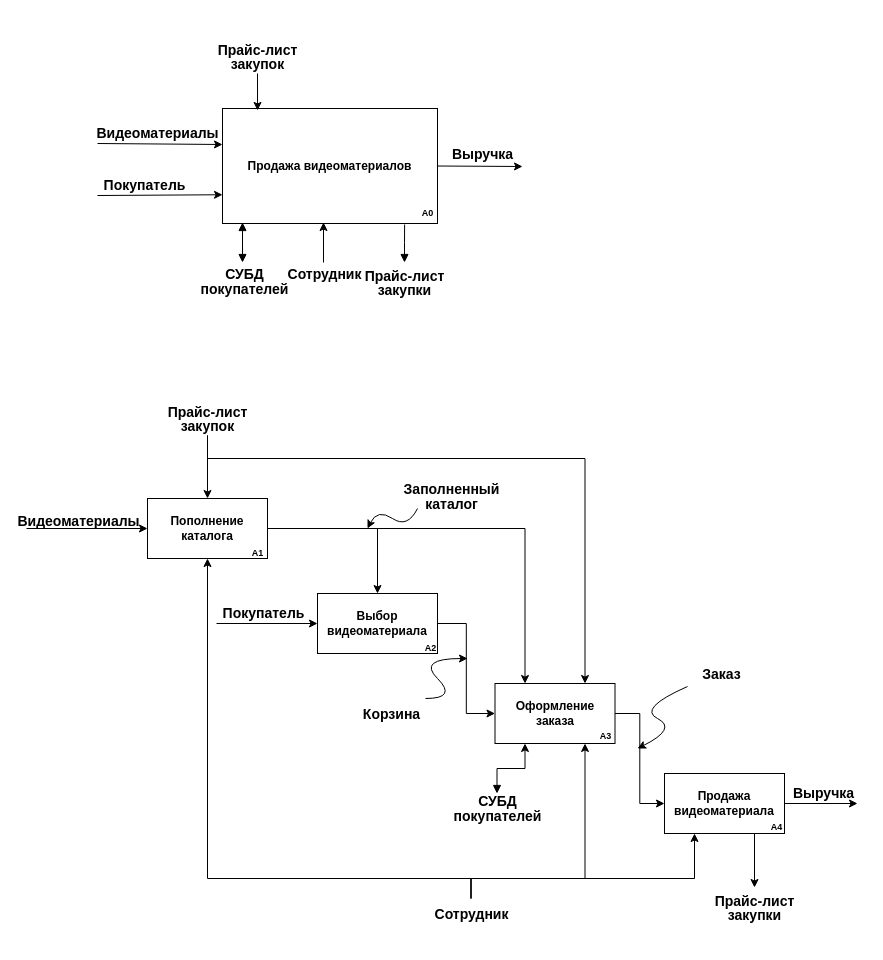
This is IDEF0.1.drawio from SpaleRud/OPDiagrams, a draw.io file, before an edit. Source tidied: cells renumbered, new cells numbered last; positions are measured from the earlier drawing's top-left corner, leaving out a move shared by most shapes. Both pictures are drawn from the tidied source at 100%, with x=0, y=0 at pixel (26, 36).
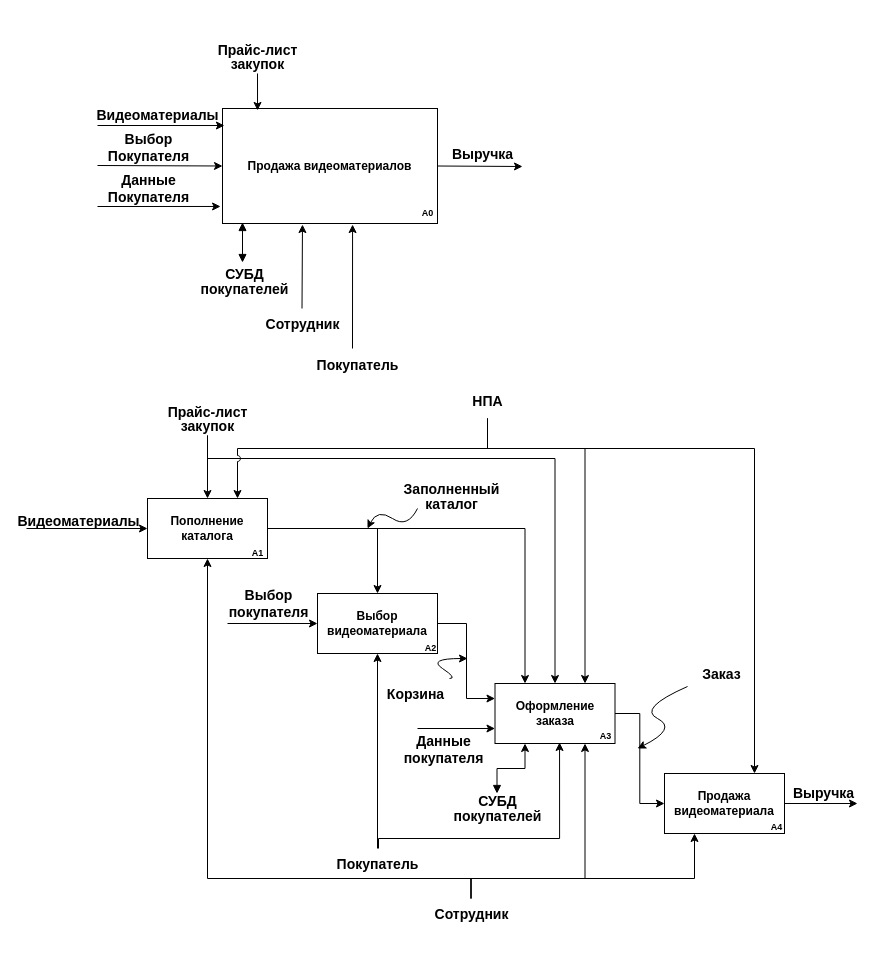
After the change.

The change refers to these unchanged cells:
```xml
<mxCell id="20" value="&lt;b&gt;Оформление&lt;br&gt;заказа&lt;/b&gt;" style="rounded=0;whiteSpace=wrap;html=1;" parent="19" vertex="1">
  <mxGeometry width="120" height="60" as="geometry" />
</mxCell>
<mxCell id="23" value="&lt;b&gt;Выбор&lt;br&gt;видеоматериала&lt;/b&gt;" style="rounded=0;whiteSpace=wrap;html=1;" parent="22" vertex="1">
  <mxGeometry width="120" height="60" as="geometry" />
</mxCell>
<mxCell id="26" value="&lt;b&gt;Продажа&lt;br&gt;видеоматериала&lt;/b&gt;" style="rounded=0;whiteSpace=wrap;html=1;" parent="25" vertex="1">
  <mxGeometry width="120" height="60" as="geometry" />
</mxCell>
<mxCell id="31" value="&lt;b&gt;Продажа видеоматериалов&lt;/b&gt;" style="rounded=0;whiteSpace=wrap;html=1;" parent="30" vertex="1">
  <mxGeometry width="215" height="115" as="geometry" />
</mxCell>
<mxCell id="44" value="&lt;p style=&quot;line-height: 40%;&quot;&gt;&lt;font style=&quot;font-size: 14px;&quot;&gt;Прайс-лист&lt;br&gt;закупок&lt;br&gt;&lt;/font&gt;&lt;/p&gt;" style="text;strokeColor=none;fillColor=none;html=1;fontSize=24;fontStyle=1;verticalAlign=middle;align=center;" parent="1" vertex="1">
  <mxGeometry x="136" y="362" width="90" height="37" as="geometry" />
</mxCell>
<mxCell id="46" value="&lt;b&gt;Пополнение каталога&lt;/b&gt;" style="rounded=0;whiteSpace=wrap;html=1;" parent="45" vertex="1">
  <mxGeometry width="120" height="60" as="geometry" />
</mxCell>
```

Diff of the diagram source:
```diff
@@
-    <mxCell id="2" value="&lt;font style=&quot;font-size: 14px;&quot;&gt;Покупатель&lt;/font&gt;" style="text;strokeColor=none;fillColor=none;html=1;fontSize=24;fontStyle=1;verticalAlign=middle;align=center;" parent="1" vertex="1">
-      <mxGeometry x="71" y="133" width="93" height="26" as="geometry" />
-    </mxCell>
@@
-    <mxCell id="5" style="endArrow=classic;html=1;rounded=0;entryX=0.5;entryY=1;entryDx=0;entryDy=0;" parent="1" edge="1">
-      <mxGeometry relative="1" as="geometry">
-        <mxPoint x="297" y="226" as="sourcePoint" />
-        <mxPoint x="297" y="186" as="targetPoint" />
-      </mxGeometry>
+    <mxCell id="5" style="endArrow=classic;html=1;rounded=0;exitX=0.5;exitY=0;exitDx=0;exitDy=0;entryX=0.372;entryY=1.009;entryDx=0;entryDy=0;entryPerimeter=0;" parent="1" edge="1" source="6" target="31">
+      <mxGeometry relative="1" as="geometry" />
     </mxCell>
     <mxCell id="6" value="&lt;font style=&quot;font-size: 14px;&quot;&gt;Сотрудник&lt;br&gt;&lt;/font&gt;" style="text;strokeColor=none;fillColor=none;html=1;fontSize=24;fontStyle=1;verticalAlign=middle;align=center;" parent="1" vertex="1">
-      <mxGeometry x="251" y="222" width="93" height="26" as="geometry" />
+      <mxGeometry x="229" y="272" width="93" height="26" as="geometry" />
     </mxCell>
@@
-    <mxCell id="13" style="endArrow=classic;html=1;rounded=0;entryX=0;entryY=0.5;entryDx=0;entryDy=0;exitX=1;exitY=0.5;exitDx=0;exitDy=0;edgeStyle=orthogonalEdgeStyle;" parent="1" edge="1" source="23" target="20">
-      <mxGeometry relative="1" as="geometry" />
+    <mxCell id="13" style="endArrow=classic;html=1;rounded=0;entryX=0;entryY=0.25;entryDx=0;entryDy=0;exitX=1;exitY=0.5;exitDx=0;exitDy=0;edgeStyle=orthogonalEdgeStyle;" parent="1" edge="1" source="23" target="20">
+      <mxGeometry relative="1" as="geometry">
+        <Array as="points">
+          <mxPoint x="440" y="587" />
+          <mxPoint x="440" y="662" />
+        </Array>
+      </mxGeometry>
     </mxCell>
@@
-    <mxCell id="33" style="group;" parent="1" vertex="1">
-      <mxGeometry x="190" y="561" width="93" height="26" as="geometry" />
-    </mxCell>
-    <mxCell id="34" value="&lt;font style=&quot;font-size: 14px;&quot;&gt;Покупатель&lt;/font&gt;" style="text;strokeColor=none;fillColor=none;html=1;fontSize=24;fontStyle=1;verticalAlign=middle;align=center;" parent="33" vertex="1">
-      <mxGeometry width="93" height="26" as="geometry" />
-    </mxCell>
-    <mxCell id="35" style="endArrow=classic;html=1;rounded=0;entryX=0;entryY=0.5;entryDx=0;entryDy=0;strokeColor=default;exitX=0;exitY=1;exitDx=0;exitDy=0;" parent="33" edge="1" source="34" target="23">
-      <mxGeometry relative="1" as="geometry" />
-    </mxCell>
-    <mxCell id="36" style="endArrow=classic;html=1;rounded=0;exitX=0;exitY=1;exitDx=0;exitDy=0;entryX=0;entryY=0.75;entryDx=0;entryDy=0;" parent="1" edge="1" source="2" target="31">
-      <mxGeometry relative="1" as="geometry" />
+    <mxCell id="36" style="endArrow=classic;html=1;rounded=0;entryX=0;entryY=0.5;entryDx=0;entryDy=0;" parent="1" edge="1" target="31">
+      <mxGeometry relative="1" as="geometry">
+        <mxPoint x="71" y="129" as="sourcePoint" />
+      </mxGeometry>
     </mxCell>
+    <mxCell id="59" value="&lt;font style=&quot;font-size: 14px;&quot;&gt;&lt;b&gt;Выбор&lt;br&gt;Покупателя&lt;/b&gt;&lt;/font&gt;" style="edgeLabel;html=1;align=center;verticalAlign=middle;" parent="36" vertex="1">
+      <mxGeometry x="-0.12" y="3" relative="1" as="geometry">
+        <mxPoint x="-5" y="-16" as="offset" />
+      </mxGeometry>
+    </mxCell>
     <mxCell id="37" value="&lt;font style=&quot;font-size: 14px;&quot;&gt;Видеоматериалы&lt;/font&gt;" style="text;strokeColor=none;fillColor=none;html=1;fontSize=24;fontStyle=1;verticalAlign=middle;align=center;" parent="1" vertex="1">
-      <mxGeometry x="71" y="80" width="120" height="27" as="geometry" />
+      <mxGeometry x="71" y="62" width="120" height="27" as="geometry" />
     </mxCell>
-    <mxCell id="38" style="endArrow=classic;html=1;rounded=0;exitX=0;exitY=1;exitDx=0;exitDy=0;entryX=0;entryY=0.75;entryDx=0;entryDy=0;" parent="1" edge="1" source="37">
-      <mxGeometry relative="1" as="geometry">
-        <mxPoint x="196" y="108" as="targetPoint" />
-      </mxGeometry>
+    <mxCell id="38" style="endArrow=classic;html=1;rounded=0;exitX=0;exitY=1;exitDx=0;exitDy=0;entryX=0.009;entryY=0.148;entryDx=0;entryDy=0;entryPerimeter=0;" parent="1" edge="1" source="37" target="31">
+      <mxGeometry relative="1" as="geometry" />
     </mxCell>
@@
-    <mxCell id="43" style="edgeStyle=orthogonalEdgeStyle;rounded=0;jettySize=auto;html=1;entryX=0.75;entryY=0;entryDx=0;entryDy=0;" parent="1" edge="1" source="44" target="20">
+    <mxCell id="43" style="edgeStyle=orthogonalEdgeStyle;rounded=0;jettySize=auto;html=1;entryX=0.5;entryY=0;entryDx=0;entryDy=0;" parent="1" edge="1" source="44" target="20">
       <mxGeometry relative="1" as="geometry">
         <Array as="points">
           <mxPoint x="181" y="422" />
-          <mxPoint x="559" y="422" />
+          <mxPoint x="529" y="422" />
+          <mxPoint x="529" y="647" />
         </Array>
       </mxGeometry>
     </mxCell>
@@
-    <mxCell id="49" value="&lt;p style=&quot;line-height: 40%;&quot;&gt;&lt;font style=&quot;font-size: 14px;&quot;&gt;Прайс-лист&lt;br&gt;закупки&lt;br&gt;&lt;/font&gt;&lt;/p&gt;" style="text;strokeColor=none;fillColor=none;html=1;fontSize=24;fontStyle=1;verticalAlign=middle;align=center;" parent="1" vertex="1">
-      <mxGeometry x="683" y="851" width="90" height="37" as="geometry" />
-    </mxCell>
-    <mxCell id="50" style="edgeStyle=orthogonalEdgeStyle;rounded=0;jettySize=auto;html=1;exitX=0.75;exitY=1;exitDx=0;exitDy=0;entryX=0.5;entryY=0;entryDx=0;entryDy=0;" parent="1" edge="1" source="26" target="49">
-      <mxGeometry relative="1" as="geometry" />
-    </mxCell>
-    <mxCell id="51" style="edgeStyle=orthogonalEdgeStyle;rounded=0;jettySize=auto;html=1;entryX=0.847;entryY=1.009;entryDx=0;entryDy=0;entryPerimeter=0;startArrow=block;startFill=1;endArrow=none;endFill=0;" parent="1" edge="1" source="52" target="31">
-      <mxGeometry relative="1" as="geometry" />
-    </mxCell>
-    <mxCell id="52" value="&lt;p style=&quot;line-height: 40%;&quot;&gt;&lt;font style=&quot;font-size: 14px;&quot;&gt;Прайс-лист&lt;br&gt;закупки&lt;br&gt;&lt;/font&gt;&lt;/p&gt;" style="text;strokeColor=none;fillColor=none;html=1;fontSize=24;fontStyle=1;verticalAlign=middle;align=center;" parent="1" vertex="1">
-      <mxGeometry x="333" y="226" width="90" height="37" as="geometry" />
-    </mxCell>
     <mxCell id="53" value="&lt;p style=&quot;line-height: 50%;&quot;&gt;&lt;font style=&quot;font-size: 14px;&quot;&gt;Корзина&lt;/font&gt;&lt;/p&gt;" style="text;strokeColor=none;fillColor=none;html=1;fontSize=24;fontStyle=1;verticalAlign=middle;align=center;" parent="1" vertex="1">
-      <mxGeometry x="331" y="662" width="68" height="28" as="geometry" />
+      <mxGeometry x="355" y="642" width="68" height="28" as="geometry" />
     </mxCell>
     <mxCell id="54" style="curved=1;endArrow=classic;html=1;rounded=0;exitX=1;exitY=0;exitDx=0;exitDy=0;" parent="1" edge="1" source="53">
       <mxGeometry relative="1" as="geometry">
         <mxPoint x="441" y="622" as="targetPoint" />
         <Array as="points">
-          <mxPoint x="431" y="662" />
-          <mxPoint x="391" y="622" />
+          <mxPoint x="431" y="642" />
+          <mxPoint x="401" y="622" />
         </Array>
       </mxGeometry>
     </mxCell>
@@
+    <mxCell id="34" value="&lt;font style=&quot;font-size: 14px;&quot;&gt;Покупатель&lt;/font&gt;" style="text;strokeColor=none;fillColor=none;html=1;fontSize=24;fontStyle=1;verticalAlign=middle;align=center;" parent="1" vertex="1">
+      <mxGeometry x="304.5" y="812" width="93" height="26" as="geometry" />
+    </mxCell>
+    <mxCell id="35" style="endArrow=classic;html=1;rounded=0;entryX=0.5;entryY=1;entryDx=0;entryDy=0;strokeColor=default;exitX=0.5;exitY=0;exitDx=0;exitDy=0;" parent="1" edge="1" source="34" target="23">
+      <mxGeometry relative="1" as="geometry" />
+    </mxCell>
+    <mxCell id="60" style="edgeStyle=orthogonalEdgeStyle;rounded=0;jettySize=auto;html=1;entryX=0.538;entryY=0.983;entryDx=0;entryDy=0;entryPerimeter=0;" parent="1" edge="1" source="34" target="20">
+      <mxGeometry relative="1" as="geometry">
+        <Array as="points">
+          <mxPoint x="352" y="802" />
+          <mxPoint x="533" y="802" />
+        </Array>
+      </mxGeometry>
+    </mxCell>
+    <mxCell id="61" style="endArrow=classic;html=1;rounded=0;entryX=0;entryY=0.5;entryDx=0;entryDy=0;" parent="1" edge="1" target="23">
+      <mxGeometry relative="1" as="geometry">
+        <mxPoint x="201" y="587" as="sourcePoint" />
+      </mxGeometry>
+    </mxCell>
+    <mxCell id="62" value="&lt;b style=&quot;font-size: 14px;&quot;&gt;Выбор&lt;br&gt;покупателя&lt;/b&gt;" style="edgeLabel;html=1;align=center;verticalAlign=middle;" parent="61" vertex="1">
+      <mxGeometry x="-0.13" y="-1" relative="1" as="geometry">
+        <mxPoint x="1" y="-22" as="offset" />
+      </mxGeometry>
+    </mxCell>
+    <mxCell id="63" style="endArrow=classic;html=1;rounded=0;entryX=0;entryY=0.75;entryDx=0;entryDy=0;" parent="1" edge="1" target="20">
+      <mxGeometry relative="1" as="geometry">
+        <mxPoint x="391" y="692" as="sourcePoint" />
+      </mxGeometry>
+    </mxCell>
+    <mxCell id="64" value="&lt;font style=&quot;font-size: 14px;&quot;&gt;&lt;b&gt;Данные&lt;br&gt;покупателя&lt;/b&gt;&lt;/font&gt;" style="edgeLabel;html=1;align=center;verticalAlign=middle;" parent="63" vertex="1">
+      <mxGeometry x="-0.17" y="1" relative="1" as="geometry">
+        <mxPoint x="-7" y="21" as="offset" />
+      </mxGeometry>
+    </mxCell>
+    <mxCell id="65" style="edgeStyle=orthogonalEdgeStyle;rounded=0;jettySize=auto;html=1;entryX=0.75;entryY=0;entryDx=0;entryDy=0;jumpStyle=arc;" parent="1" edge="1" source="68" target="46">
+      <mxGeometry relative="1" as="geometry">
+        <Array as="points">
+          <mxPoint x="461" y="412" />
+          <mxPoint x="211" y="412" />
+        </Array>
+      </mxGeometry>
+    </mxCell>
+    <mxCell id="66" style="edgeStyle=orthogonalEdgeStyle;rounded=0;jettySize=auto;html=1;entryX=0.75;entryY=0;entryDx=0;entryDy=0;" parent="1" edge="1" source="68" target="20">
+      <mxGeometry relative="1" as="geometry">
+        <Array as="points">
+          <mxPoint x="461" y="412" />
+          <mxPoint x="559" y="412" />
+        </Array>
+      </mxGeometry>
+    </mxCell>
+    <mxCell id="67" style="edgeStyle=orthogonalEdgeStyle;rounded=0;jettySize=auto;html=1;entryX=0.75;entryY=0;entryDx=0;entryDy=0;" parent="1" edge="1" source="68" target="26">
+      <mxGeometry relative="1" as="geometry">
+        <Array as="points">
+          <mxPoint x="461" y="412" />
+          <mxPoint x="728" y="412" />
+        </Array>
+      </mxGeometry>
+    </mxCell>
+    <mxCell id="68" value="&lt;font style=&quot;font-size: 14px;&quot;&gt;НПА&lt;/font&gt;" style="text;strokeColor=none;fillColor=none;html=1;fontSize=24;fontStyle=1;verticalAlign=middle;align=center;" parent="1" vertex="1">
+      <mxGeometry x="411" y="342" width="100" height="40" as="geometry" />
+    </mxCell>
+    <mxCell id="69" style="endArrow=classic;html=1;rounded=0;entryX=-0.009;entryY=0.852;entryDx=0;entryDy=0;entryPerimeter=0;" parent="1" edge="1" target="31">
+      <mxGeometry relative="1" as="geometry">
+        <mxPoint x="71" y="170" as="sourcePoint" />
+      </mxGeometry>
+    </mxCell>
+    <mxCell id="70" value="&lt;b style=&quot;font-size: 14px;&quot;&gt;Данные&lt;br&gt;Покупателя&lt;/b&gt;" style="edgeLabel;html=1;align=center;verticalAlign=middle;" parent="69" vertex="1">
+      <mxGeometry x="-0.24" relative="1" as="geometry">
+        <mxPoint x="4" y="-18" as="offset" />
+      </mxGeometry>
+    </mxCell>
+    <mxCell id="71" style="endArrow=classic;html=1;rounded=0;entryX=0.605;entryY=1.009;entryDx=0;entryDy=0;entryPerimeter=0;" parent="1" edge="1" target="31">
+      <mxGeometry relative="1" as="geometry">
+        <mxPoint x="326" y="312" as="sourcePoint" />
+      </mxGeometry>
+    </mxCell>
+    <mxCell id="2" value="&lt;font style=&quot;font-size: 14px;&quot;&gt;&lt;b&gt;Покупатель&lt;/b&gt;&lt;/font&gt;" style="edgeLabel;html=1;align=center;verticalAlign=middle;points=[];" parent="71" vertex="1">
+      <mxGeometry x="-0.35" y="1" relative="1" as="geometry">
+        <mxPoint x="5" y="57" as="offset" />
+      </mxGeometry>
+    </mxCell>
```
